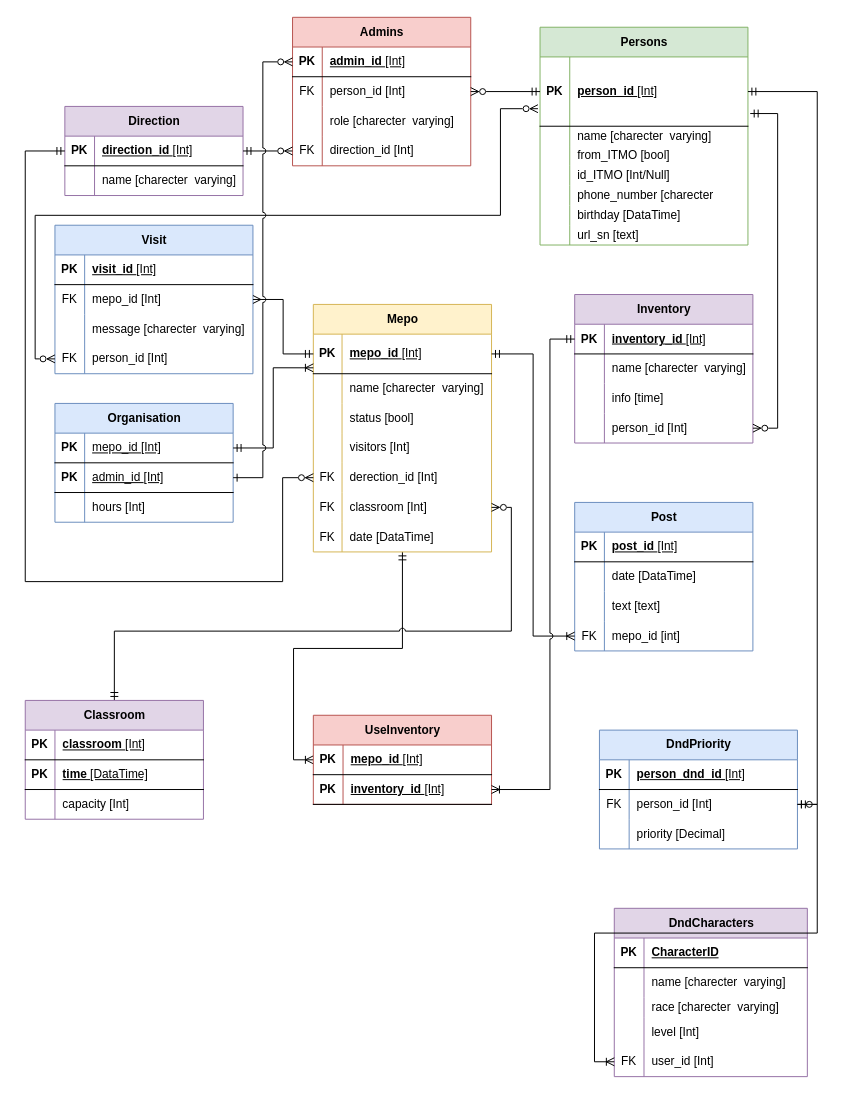
Before: venv/Scripts/Тест.drawio in GooDDoGGoD/blog, a draw.io diagram. Source tidied: cells renumbered, new cells numbered last; positions are measured from the earlier drawing's top-left corner, leaving out a move shared by most shapes. Both pictures are drawn from the tidied source at 99%, with x=0, y=0 at pixel (25, 17).
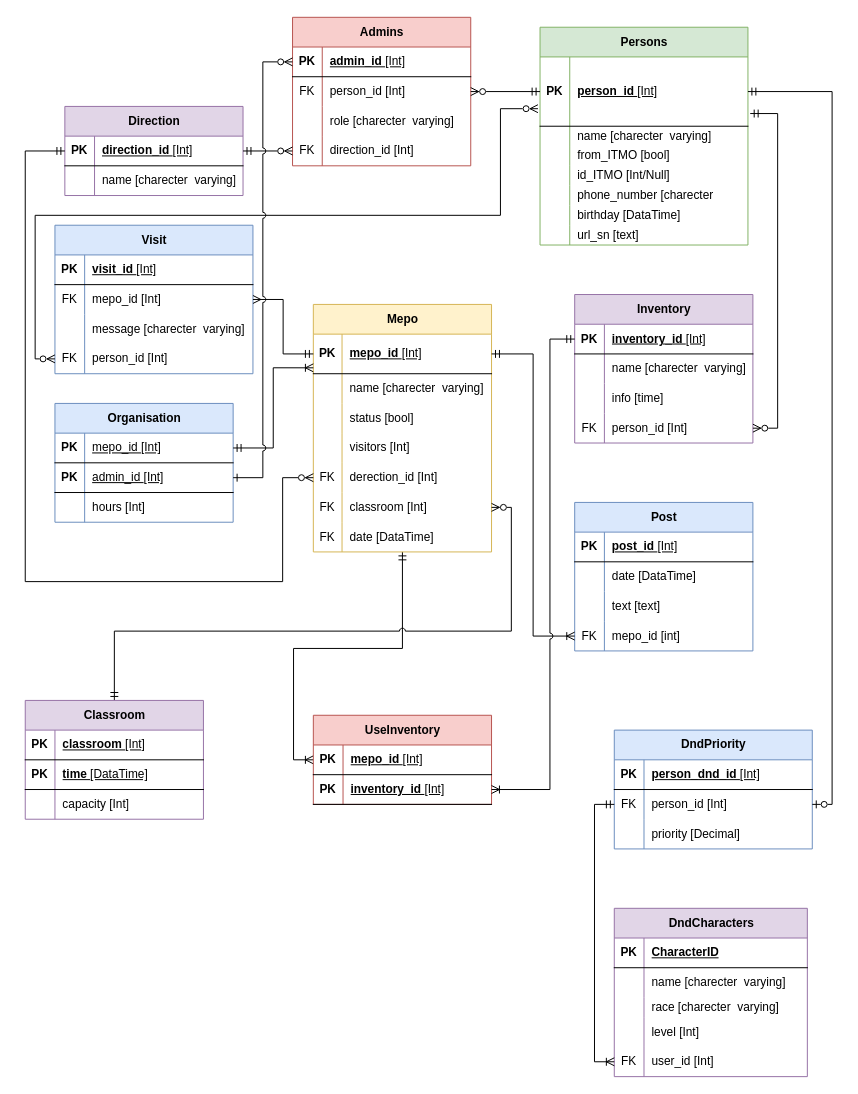
The same page after the edit.

The change refers to these unchanged cells:
```xml
<mxCell id="132" style="shape=tableRow;horizontal=0;startSize=0;swimlaneHead=0;swimlaneBody=0;fillColor=none;points=[[0,0.5],[1,0.5]];portConstraint=eastwest;top=0;left=0;right=0;bottom=0;" parent="122" vertex="1">
  <mxGeometry y="120" width="180" height="30" as="geometry" />
</mxCell>
```

The edit, as a diff of the source:
```diff
@@
     <mxCell id="2" value="DndPriority" style="shape=table;startSize=30;childLayout=tableLayout;rowLines=0;fontStyle=1;align=center;html=1;fillColor=#dae8fc;strokeColor=#6c8ebf;" parent="1" vertex="1">
-      <mxGeometry x="580" y="720" width="200" height="120" as="geometry" />
+      <mxGeometry x="595" y="720" width="200" height="120" as="geometry" />
     </mxCell>
@@
-    <mxCell id="133" style="shape=partialRectangle;fillColor=none;top=0;left=0;bottom=0;right=0;overflow=hidden;whiteSpace=wrap;html=1;" parent="132" vertex="1">
+    <mxCell id="133" value="FK" style="shape=partialRectangle;fillColor=none;top=0;left=0;bottom=0;right=0;overflow=hidden;whiteSpace=wrap;html=1;" parent="132" vertex="1">
       <mxGeometry width="30" height="30" as="geometry" />
     </mxCell>
```
